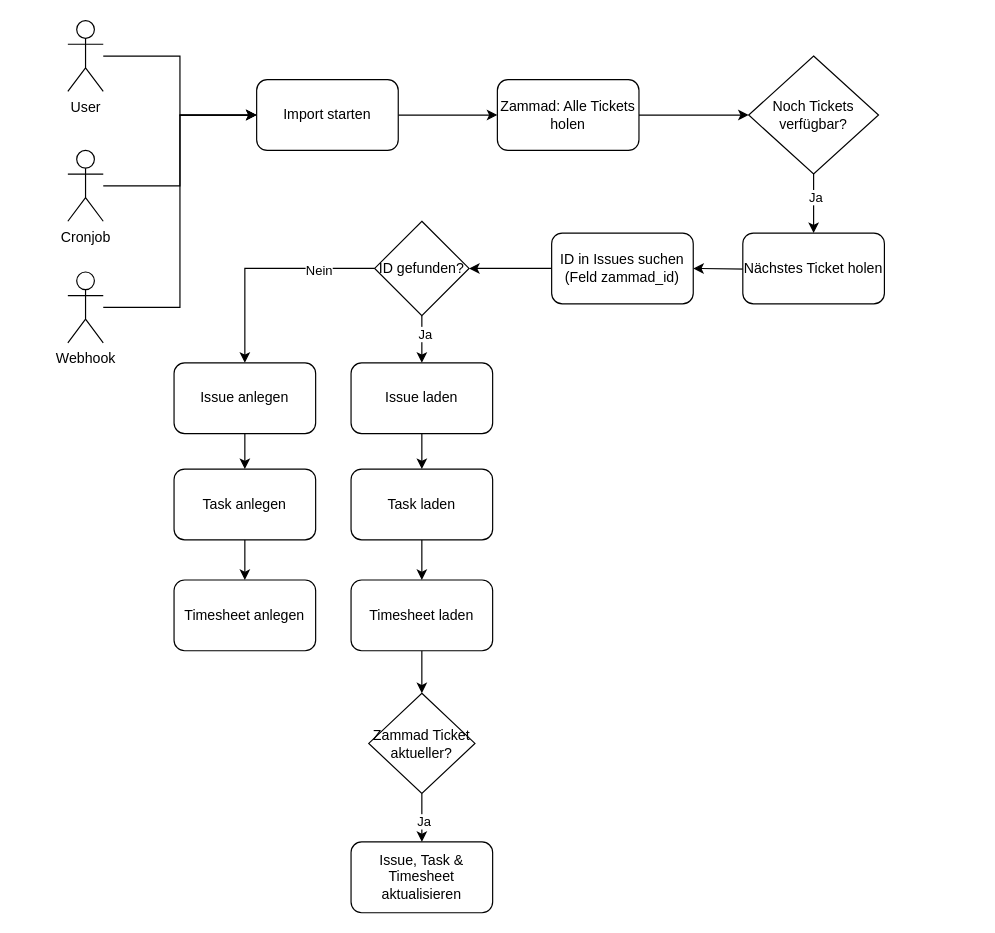
fglashauser/erpnext_zammad keeps this draw.io diagram as UML_Import_Logic.drawio. Above is the earlier version. Source tidied: cells renumbered, new cells numbered last; positions are measured from the earlier drawing's top-left corner, leaving out a move shared by most shapes. Both pictures are drawn from the tidied source at 118%, with x=0, y=0 at pixel (67, 20).
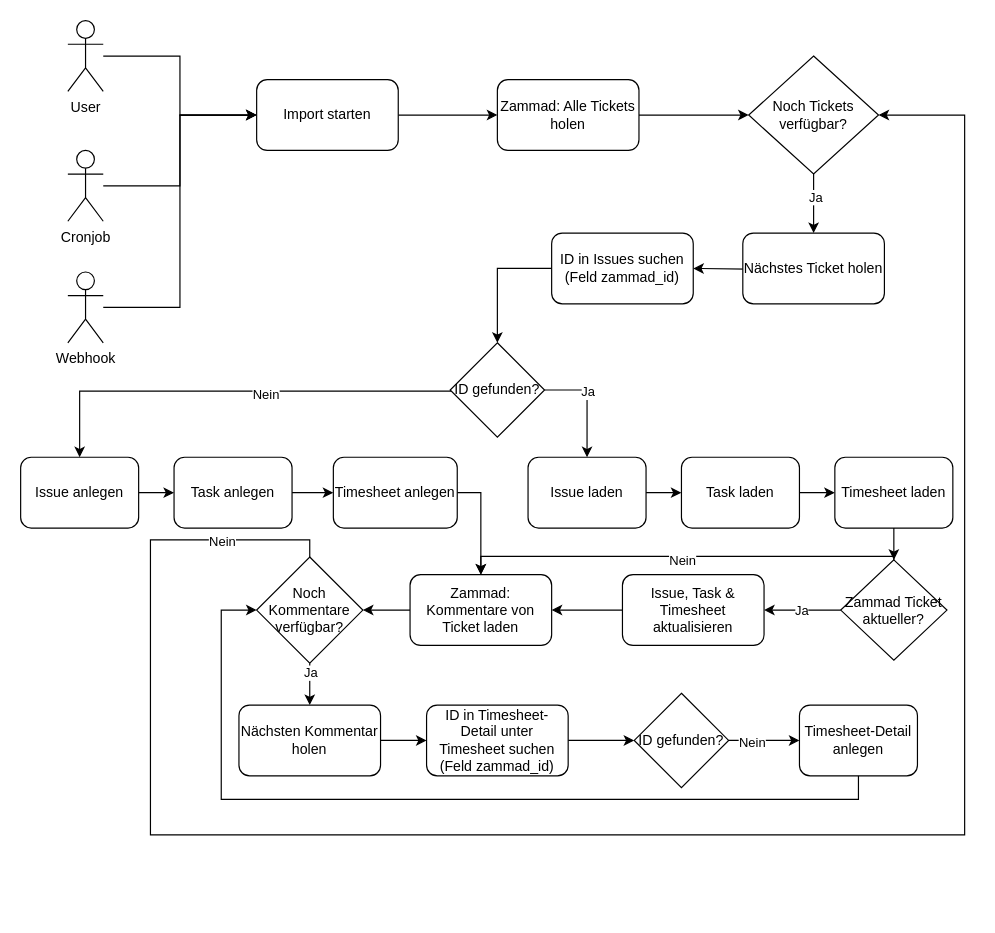
The same page after the edit.

The change refers to these unchanged cells:
```xml
<mxCell id="12" value="Noch Tickets verfügbar?" style="rhombus;whiteSpace=wrap;html=1;" parent="1" vertex="1">
  <mxGeometry x="577" y="30" width="110" height="100" as="geometry" />
</mxCell>
<mxCell id="16" value="ID in Issues suchen (Feld zammad_id)" style="rounded=1;whiteSpace=wrap;html=1;" parent="1" vertex="1">
  <mxGeometry x="410" y="180" width="120" height="60" as="geometry" />
</mxCell>
```

Change to the diagram source:
```diff
@@
-    <mxCell id="15" style="edgeStyle=orthogonalEdgeStyle;rounded=0;jettySize=auto;html=1;entryX=1;entryY=0.5;entryDx=0;entryDy=0;" parent="1" edge="1" source="16" target="21">
-      <mxGeometry relative="1" as="geometry" />
+    <mxCell id="15" style="edgeStyle=orthogonalEdgeStyle;rounded=0;jettySize=auto;html=1;" parent="1" edge="1" source="16" target="21">
+      <mxGeometry relative="1" as="geometry">
+        <Array as="points">
+          <mxPoint x="364" y="210" />
+        </Array>
+      </mxGeometry>
     </mxCell>
@@
     <mxCell id="17" style="edgeStyle=orthogonalEdgeStyle;rounded=0;jettySize=auto;html=1;entryX=0.5;entryY=0;entryDx=0;entryDy=0;" parent="1" edge="1" source="21" target="23">
-      <mxGeometry relative="1" as="geometry" />
+      <mxGeometry relative="1" as="geometry">
+        <Array as="points">
+          <mxPoint x="10" y="314" />
+        </Array>
+      </mxGeometry>
     </mxCell>
-    <mxCell id="18" value="Nein" style="edgeLabel;html=1;align=center;verticalAlign=middle;" parent="17" vertex="1">
-      <mxGeometry x="-0.49" y="1" relative="1" as="geometry" />
-    </mxCell>
+    <mxCell id="39" value="Nein" style="edgeLabel;html=1;align=center;verticalAlign=middle;" parent="17" vertex="1">
+      <mxGeometry x="-0.15" y="2" relative="1" as="geometry" />
+    </mxCell>
     <mxCell id="19" style="edgeStyle=orthogonalEdgeStyle;rounded=0;jettySize=auto;html=1;entryX=0.5;entryY=0;entryDx=0;entryDy=0;" parent="1" edge="1" source="21" target="25">
-      <mxGeometry relative="1" as="geometry" />
+      <mxGeometry relative="1" as="geometry">
+        <Array as="points">
+          <mxPoint x="440" y="313" />
+        </Array>
+      </mxGeometry>
     </mxCell>
-    <mxCell id="20" value="Ja" style="edgeLabel;html=1;align=center;verticalAlign=middle;" parent="19" vertex="1">
-      <mxGeometry x="-0.25" y="2" relative="1" as="geometry" />
-    </mxCell>
+    <mxCell id="40" value="Ja" style="edgeLabel;html=1;align=center;verticalAlign=middle;" parent="19" vertex="1">
+      <mxGeometry x="-0.2" relative="1" as="geometry" />
+    </mxCell>
     <mxCell id="21" value="ID gefunden?" style="rhombus;whiteSpace=wrap;html=1;" parent="1" vertex="1">
-      <mxGeometry x="260" y="170" width="80" height="80" as="geometry" />
+      <mxGeometry x="324" y="273" width="80" height="80" as="geometry" />
     </mxCell>
-    <mxCell id="22" style="edgeStyle=orthogonalEdgeStyle;rounded=0;jettySize=auto;html=1;entryX=0.5;entryY=0;entryDx=0;entryDy=0;" parent="1" edge="1" source="23" target="27">
+    <mxCell id="22" style="edgeStyle=orthogonalEdgeStyle;rounded=0;jettySize=auto;html=1;entryX=0;entryY=0.5;entryDx=0;entryDy=0;" parent="1" edge="1" source="23" target="27">
       <mxGeometry relative="1" as="geometry" />
     </mxCell>
     <mxCell id="23" value="Issue anlegen" style="rounded=1;whiteSpace=wrap;html=1;" parent="1" vertex="1">
-      <mxGeometry x="90" y="290" width="120" height="60" as="geometry" />
+      <mxGeometry x="-40" y="370" width="100" height="60" as="geometry" />
     </mxCell>
-    <mxCell id="24" style="edgeStyle=orthogonalEdgeStyle;rounded=0;jettySize=auto;html=1;entryX=0.5;entryY=0;entryDx=0;entryDy=0;" parent="1" edge="1" source="25" target="29">
+    <mxCell id="24" style="edgeStyle=orthogonalEdgeStyle;rounded=0;jettySize=auto;html=1;entryX=0;entryY=0.5;entryDx=0;entryDy=0;" parent="1" edge="1" source="25" target="29">
       <mxGeometry relative="1" as="geometry" />
     </mxCell>
     <mxCell id="25" value="Issue laden" style="rounded=1;whiteSpace=wrap;html=1;" parent="1" vertex="1">
-      <mxGeometry x="240" y="290" width="120" height="60" as="geometry" />
+      <mxGeometry x="390" y="370" width="100" height="60" as="geometry" />
     </mxCell>
-    <mxCell id="26" style="edgeStyle=orthogonalEdgeStyle;rounded=0;jettySize=auto;html=1;entryX=0.5;entryY=0;entryDx=0;entryDy=0;" parent="1" edge="1" source="27" target="36">
+    <mxCell id="26" style="edgeStyle=orthogonalEdgeStyle;rounded=0;jettySize=auto;html=1;entryX=0;entryY=0.5;entryDx=0;entryDy=0;" parent="1" edge="1" source="27" target="36">
       <mxGeometry relative="1" as="geometry" />
     </mxCell>
     <mxCell id="27" value="Task anlegen" style="rounded=1;whiteSpace=wrap;html=1;" parent="1" vertex="1">
-      <mxGeometry x="90" y="380" width="120" height="60" as="geometry" />
+      <mxGeometry x="90" y="370" width="100" height="60" as="geometry" />
     </mxCell>
-    <mxCell id="28" style="edgeStyle=orthogonalEdgeStyle;rounded=0;jettySize=auto;html=1;entryX=0.5;entryY=0;entryDx=0;entryDy=0;" parent="1" edge="1" source="29" target="38">
+    <mxCell id="28" style="edgeStyle=orthogonalEdgeStyle;rounded=0;jettySize=auto;html=1;entryX=0;entryY=0.5;entryDx=0;entryDy=0;" parent="1" edge="1" source="29" target="38">
       <mxGeometry relative="1" as="geometry" />
     </mxCell>
     <mxCell id="29" value="Task laden" style="rounded=1;whiteSpace=wrap;html=1;" parent="1" vertex="1">
-      <mxGeometry x="240" y="380" width="120" height="60" as="geometry" />
+      <mxGeometry x="520" y="370" width="100" height="60" as="geometry" />
     </mxCell>
-    <mxCell id="30" style="edgeStyle=orthogonalEdgeStyle;rounded=0;jettySize=auto;html=1;entryX=0.5;entryY=0;entryDx=0;entryDy=0;" parent="1" edge="1" source="32" target="33">
+    <mxCell id="30" value="Ja" style="edgeStyle=orthogonalEdgeStyle;rounded=0;jettySize=auto;html=1;entryX=1;entryY=0.5;entryDx=0;entryDy=0;" parent="1" edge="1" source="32" target="33">
       <mxGeometry relative="1" as="geometry" />
     </mxCell>
-    <mxCell id="31" value="Ja" style="edgeLabel;html=1;align=center;verticalAlign=middle;" parent="30" vertex="1">
-      <mxGeometry x="0.11" y="1" relative="1" as="geometry" />
-    </mxCell>
+    <mxCell id="41" style="edgeStyle=orthogonalEdgeStyle;rounded=0;jettySize=auto;html=1;entryX=0.5;entryY=0;entryDx=0;entryDy=0;" parent="1" edge="1" target="51">
+      <mxGeometry relative="1" as="geometry">
+        <mxPoint x="700" y="460" as="sourcePoint" />
+        <Array as="points">
+          <mxPoint x="350" y="454" />
+        </Array>
+      </mxGeometry>
+    </mxCell>
+    <mxCell id="42" value="Nein" style="edgeLabel;html=1;align=center;verticalAlign=middle;" parent="41" vertex="1">
+      <mxGeometry y="3" relative="1" as="geometry" />
+    </mxCell>
     <mxCell id="32" value="Zammad Ticket aktueller?" style="rhombus;whiteSpace=wrap;html=1;" parent="1" vertex="1">
-      <mxGeometry x="255" y="570" width="90" height="85" as="geometry" />
+      <mxGeometry x="655" y="457" width="90" height="85" as="geometry" />
     </mxCell>
+    <mxCell id="43" style="edgeStyle=orthogonalEdgeStyle;rounded=0;jettySize=auto;html=1;entryX=1;entryY=0.5;entryDx=0;entryDy=0;" parent="1" edge="1" source="33" target="51">
+      <mxGeometry relative="1" as="geometry" />
+    </mxCell>
     <mxCell id="33" value="Issue, Task &amp;amp; Timesheet aktualisieren" style="rounded=1;whiteSpace=wrap;html=1;" parent="1" vertex="1">
-      <mxGeometry x="240" y="696" width="120" height="60" as="geometry" />
+      <mxGeometry x="470" y="469.5" width="120" height="60" as="geometry" />
     </mxCell>
@@
+    <mxCell id="44" style="edgeStyle=orthogonalEdgeStyle;rounded=0;jettySize=auto;html=1;entryX=0.5;entryY=0;entryDx=0;entryDy=0;" parent="1" edge="1" source="36" target="51">
+      <mxGeometry relative="1" as="geometry">
+        <Array as="points">
+          <mxPoint x="350" y="400" />
+        </Array>
+      </mxGeometry>
+    </mxCell>
     <mxCell id="36" value="Timesheet anlegen" style="rounded=1;whiteSpace=wrap;html=1;" parent="1" vertex="1">
-      <mxGeometry x="90" y="474" width="120" height="60" as="geometry" />
+      <mxGeometry x="225" y="370" width="105" height="60" as="geometry" />
     </mxCell>
@@
     <mxCell id="38" value="Timesheet laden" style="rounded=1;whiteSpace=wrap;html=1;" parent="1" vertex="1">
-      <mxGeometry x="240" y="474" width="120" height="60" as="geometry" />
+      <mxGeometry x="650" y="370" width="100" height="60" as="geometry" />
     </mxCell>
+    <mxCell id="45" style="edgeStyle=orthogonalEdgeStyle;rounded=0;jettySize=auto;html=1;" parent="1" edge="1" source="49" target="53">
+      <mxGeometry relative="1" as="geometry" />
+    </mxCell>
+    <mxCell id="46" value="Ja" style="edgeLabel;html=1;align=center;verticalAlign=middle;" parent="45" vertex="1">
+      <mxGeometry x="-0.65" relative="1" as="geometry" />
+    </mxCell>
+    <mxCell id="47" style="edgeStyle=orthogonalEdgeStyle;rounded=0;jettySize=auto;html=1;entryX=1;entryY=0.5;entryDx=0;entryDy=0;" parent="1" edge="1" source="49" target="12">
+      <mxGeometry relative="1" as="geometry">
+        <Array as="points">
+          <mxPoint x="205" y="440" />
+          <mxPoint x="70" y="440" />
+          <mxPoint x="70" y="690" />
+          <mxPoint x="760" y="690" />
+          <mxPoint x="760" y="80" />
+        </Array>
+      </mxGeometry>
+    </mxCell>
+    <mxCell id="48" value="Nein" style="edgeLabel;html=1;align=center;verticalAlign=middle;" parent="47" vertex="1">
+      <mxGeometry x="-0.9" y="1" relative="1" as="geometry" />
+    </mxCell>
+    <mxCell id="49" value="Noch Kommentare verfügbar?" style="rhombus;whiteSpace=wrap;html=1;" parent="1" vertex="1">
+      <mxGeometry x="160" y="454.5" width="90" height="90" as="geometry" />
+    </mxCell>
+    <mxCell id="50" style="edgeStyle=orthogonalEdgeStyle;rounded=0;jettySize=auto;html=1;entryX=1;entryY=0.5;entryDx=0;entryDy=0;" parent="1" edge="1" source="51" target="49">
+      <mxGeometry relative="1" as="geometry" />
+    </mxCell>
+    <mxCell id="51" value="Zammad: Kommentare von Ticket laden" style="rounded=1;whiteSpace=wrap;html=1;" parent="1" vertex="1">
+      <mxGeometry x="290" y="469.5" width="120" height="60" as="geometry" />
+    </mxCell>
+    <mxCell id="52" style="edgeStyle=orthogonalEdgeStyle;rounded=0;jettySize=auto;html=1;entryX=0;entryY=0.5;entryDx=0;entryDy=0;" parent="1" edge="1" source="53" target="55">
+      <mxGeometry relative="1" as="geometry" />
+    </mxCell>
+    <mxCell id="53" value="Nächsten Kommentar holen" style="rounded=1;whiteSpace=wrap;html=1;" parent="1" vertex="1">
+      <mxGeometry x="145" y="580" width="120" height="60" as="geometry" />
+    </mxCell>
+    <mxCell id="54" style="edgeStyle=orthogonalEdgeStyle;rounded=0;jettySize=auto;html=1;entryX=0;entryY=0.5;entryDx=0;entryDy=0;" parent="1" edge="1" source="55" target="56">
+      <mxGeometry relative="1" as="geometry" />
+    </mxCell>
+    <mxCell id="55" value="ID in Timesheet-Detail unter Timesheet suchen (Feld zammad_id)" style="rounded=1;whiteSpace=wrap;html=1;" parent="1" vertex="1">
+      <mxGeometry x="304" y="580" width="120" height="60" as="geometry" />
+    </mxCell>
+    <mxCell id="56" value="ID gefunden?" style="rhombus;whiteSpace=wrap;html=1;" parent="1" vertex="1">
+      <mxGeometry x="480" y="570" width="80" height="80" as="geometry" />
+    </mxCell>
+    <mxCell id="57" style="edgeStyle=orthogonalEdgeStyle;rounded=0;jettySize=auto;html=1;" parent="1" edge="1" source="56" target="60">
+      <mxGeometry relative="1" as="geometry" />
+    </mxCell>
+    <mxCell id="58" value="Nein" style="edgeLabel;html=1;align=center;verticalAlign=middle;" parent="57" vertex="1">
+      <mxGeometry x="-0.36" y="-1" relative="1" as="geometry" />
+    </mxCell>
+    <mxCell id="59" style="edgeStyle=orthogonalEdgeStyle;rounded=0;jettySize=auto;html=1;entryX=0;entryY=0.5;entryDx=0;entryDy=0;" parent="1" edge="1" source="60" target="49">
+      <mxGeometry relative="1" as="geometry">
+        <Array as="points">
+          <mxPoint x="670" y="660" />
+          <mxPoint x="130" y="660" />
+          <mxPoint x="130" y="500" />
+        </Array>
+      </mxGeometry>
+    </mxCell>
+    <mxCell id="60" value="Timesheet-Detail anlegen" style="rounded=1;whiteSpace=wrap;html=1;" parent="1" vertex="1">
+      <mxGeometry x="620" y="580" width="100" height="60" as="geometry" />
+    </mxCell>
```
